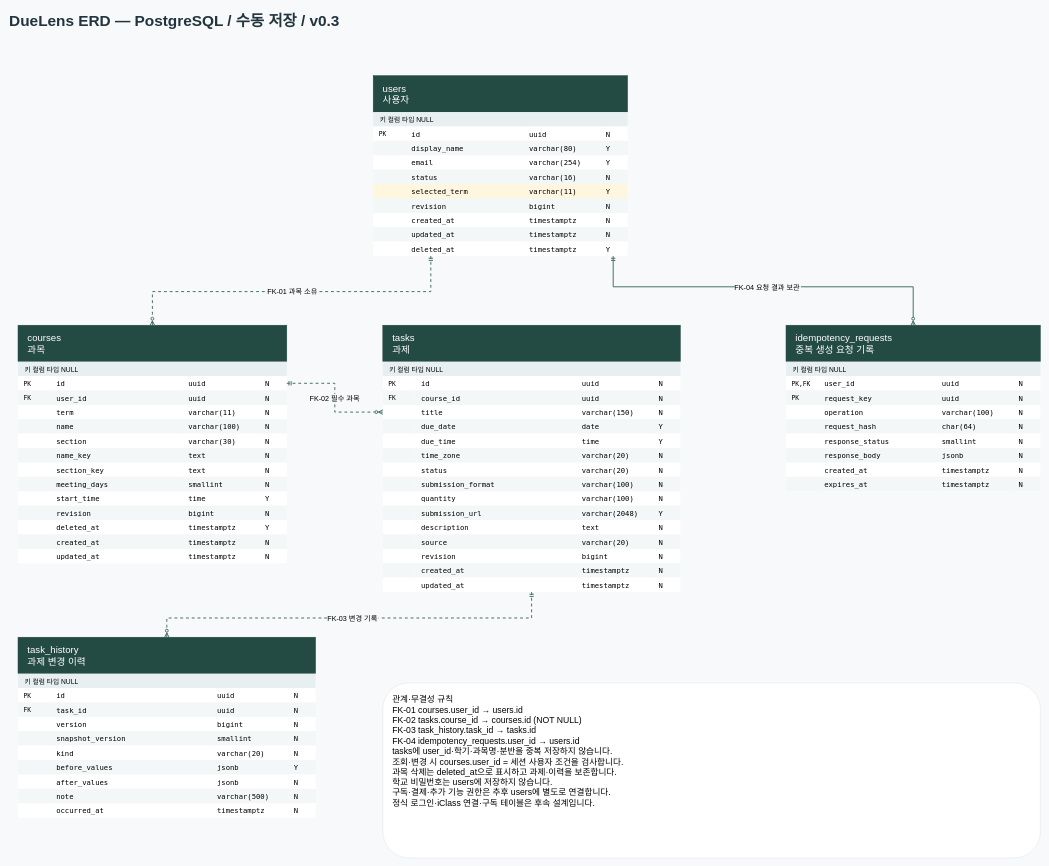
The draw.io diagram page "업무 데이터" (1 of 2) of docs/backend/erd.drawio in yuna1313/duelens, before the edit. Source tidied: cells renumbered, new cells numbered last; positions are measured from the earlier drawing's top-left corner, leaving out a move shared by most shapes. Both pictures are drawn from the tidied source at 48%, with x=0, y=0 at pixel (8, 8).
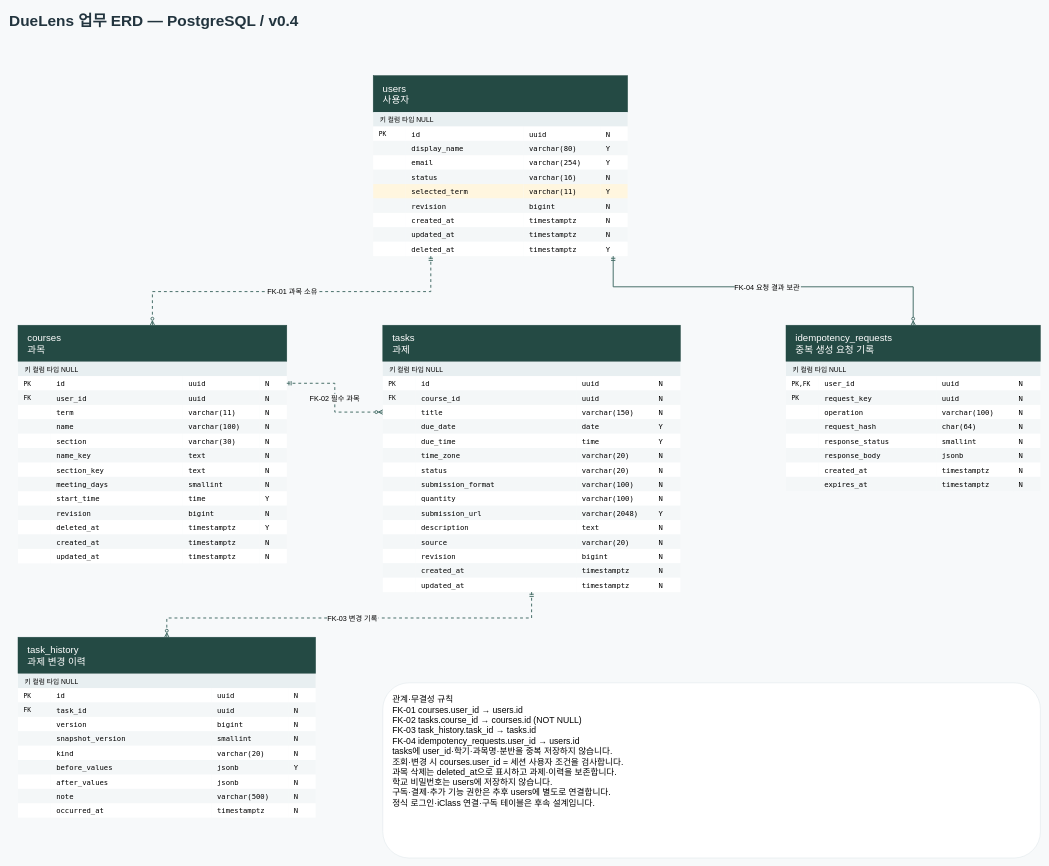
Above is the later version.

Commit message (it also covers changes not shown here):
서버 세션 테이블을 ERD·DDL 설계에 반영

The edit, as a diff of the source:
```diff
@@
-    <mxCell id="2" value="DueLens ERD — PostgreSQL / 수동 저장 / v0.3" style="text;html=0;align=left;fontSize=32;fontColor=#22343e;fontStyle=1;" parent="1" vertex="1">
+    <mxCell id="2" value="DueLens 업무 ERD — PostgreSQL / v0.4" style="text;html=0;align=left;fontSize=32;fontColor=#22343e;fontStyle=1;" parent="1" vertex="1">
       <mxGeometry width="1400" height="55" as="geometry" />
     </mxCell>
```
